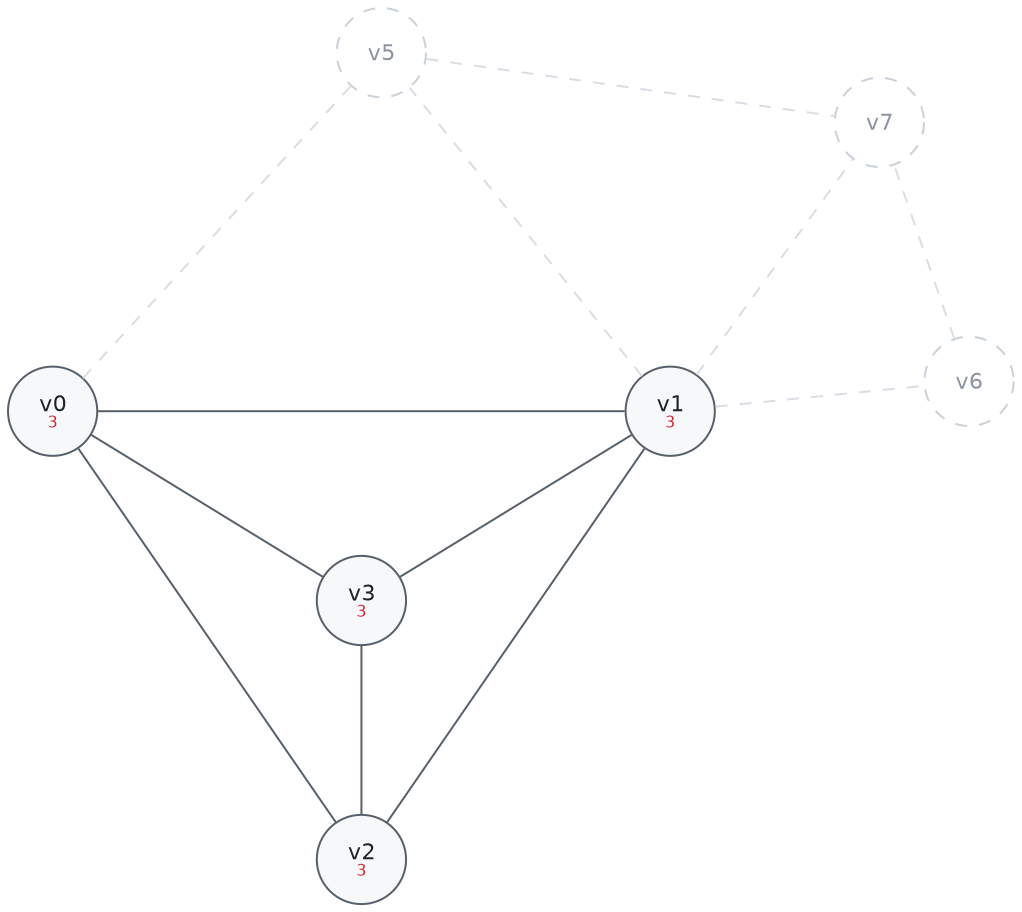
The Graphviz diagram Sable/compiler/doc/figures/wt-5-stuck.png in aita/CompLab, before a commit. Its source is kept beside it as Sable/compiler/doc/figures/wt-5-stuck.dot.
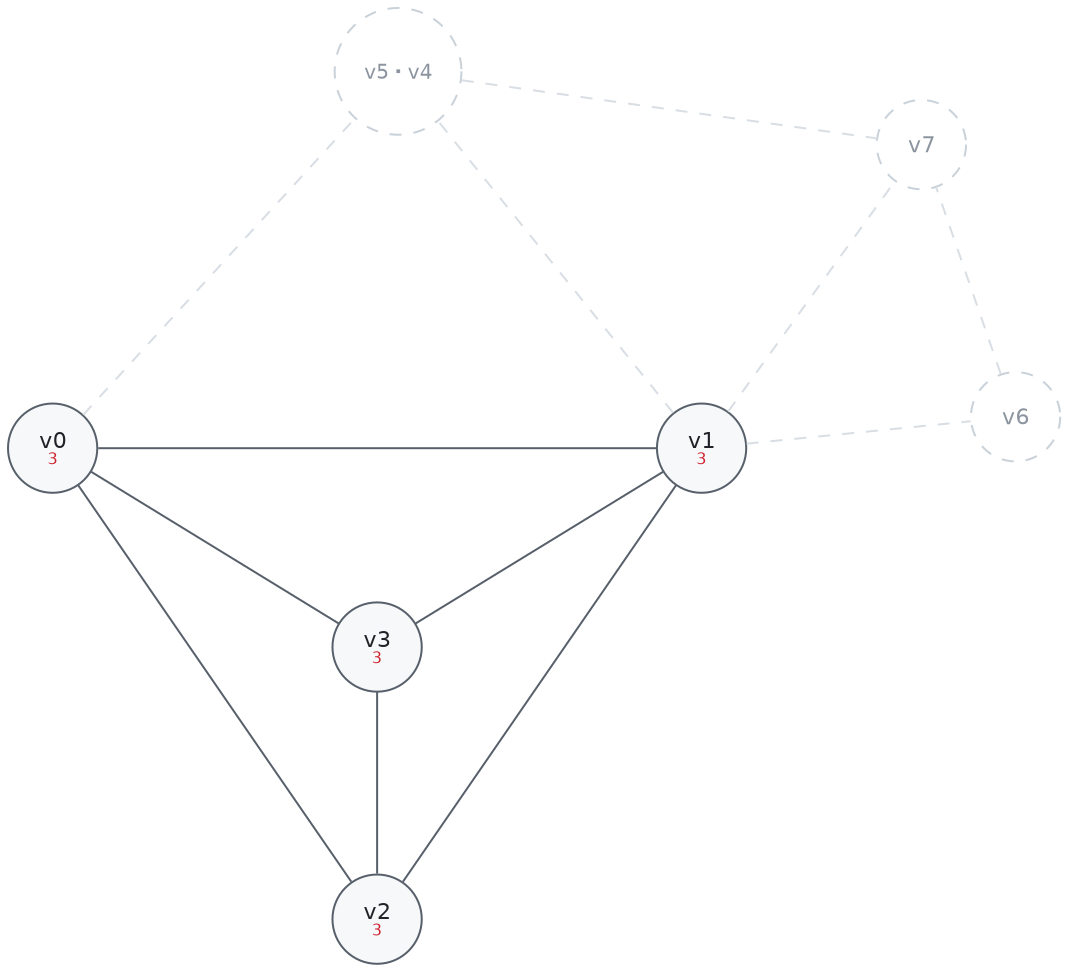
After the commit.

Commit message:
Label the merged node with both registers it came from

The edit, as a diff of the source:
```diff
@@ -11,7 +11,7 @@
   v1 [label = <v1<BR/><FONT POINT-SIZE="8" COLOR="#cf222e">3</FONT>>, fillcolor = "#f6f8fa", color = "#57606a" pos = "1.55,0.1!"];
   v2 [label = <v2<BR/><FONT POINT-SIZE="8" COLOR="#cf222e">3</FONT>>, fillcolor = "#f6f8fa", color = "#57606a" pos = "0,-2.15!"];
   v3 [label = <v3<BR/><FONT POINT-SIZE="8" COLOR="#cf222e">3</FONT>>, fillcolor = "#f6f8fa", color = "#57606a" pos = "0,-0.85!"];
-  v5 [label = <<FONT COLOR="#8c959f">v5</FONT>>, style = "filled,dashed", fillcolor = "#ffffff", color = "#c9d1d9" pos = "0.1,1.9!"];
+  v5 [width = 0.88, fontsize = 10, label = <<FONT COLOR="#8c959f">v5・v4</FONT>>, style = "filled,dashed", fillcolor = "#ffffff", color = "#c9d1d9" pos = "0.1,1.9!"];
   v7 [label = <<FONT COLOR="#8c959f">v7</FONT>>, style = "filled,dashed", fillcolor = "#ffffff", color = "#c9d1d9" pos = "2.6,1.55!"];
   v6 [label = <<FONT COLOR="#8c959f">v6</FONT>>, style = "filled,dashed", fillcolor = "#ffffff", color = "#c9d1d9" pos = "3.05,0.25!"];
   v0 -- v1 [color = "#57606a"];
```
